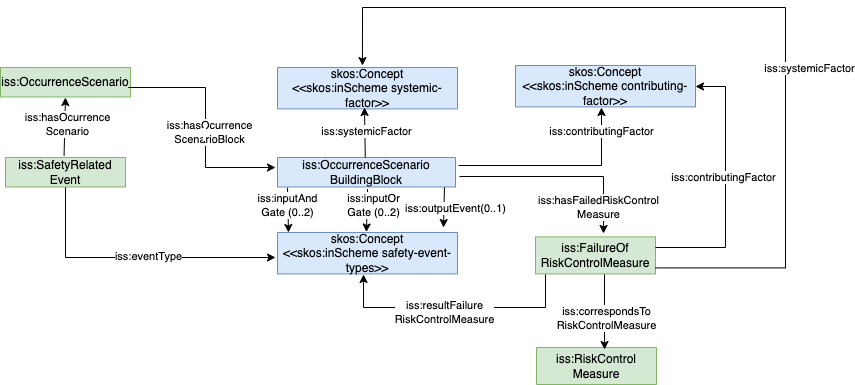
Earlier version of the draw.io export public/doc/resources/images/ISS-ontology-Ocurrence scenario.png (Interoperable-data/ISS_vocabulary). Source tidied: cells renumbered, new cells last; positions are measured from the earlier drawing's top-left corner, leaving out a move shared by most shapes. Its diagram source:
```xml
<mxGraphModel>
  <root>
    <mxCell id="0" />
    <mxCell id="1" parent="0" />
    <mxCell id="2" style="edgeStyle=orthogonalEdgeStyle;rounded=0;jettySize=auto;html=1;" parent="1" edge="1" source="4">
      <mxGeometry relative="1" as="geometry">
        <mxPoint x="275" y="250" as="targetPoint" />
        <Array as="points">
          <mxPoint x="65" y="250" />
          <mxPoint x="275" y="250" />
        </Array>
      </mxGeometry>
    </mxCell>
    <mxCell id="3" value="iss:eventType" style="edgeLabel;html=1;align=center;verticalAlign=middle;" parent="2" vertex="1">
      <mxGeometry x="0.09" y="3" relative="1" as="geometry">
        <mxPoint y="1" as="offset" />
      </mxGeometry>
    </mxCell>
    <mxCell id="4" value="&lt;font style=&quot;font-size: 12px ; color: rgb(0 , 0 , 0) ; direction: ltr ; letter-spacing: 0px ; line-height: 120% ; opacity: 1&quot;&gt;iss:SafetyRelated&lt;br&gt;Event&lt;br&gt;&lt;/font&gt;" style="verticalAlign=middle;align=center;vsdxID=334;shape=(stored shape, 160 characters);labelBackgroundColor=none;rounded=0;html=1;whiteSpace=wrap;strokeColor=#82b366;fillColor=#d5e8d4;" parent="1" vertex="1">
      <mxGeometry x="5" y="150" width="120" height="29.5" as="geometry" />
    </mxCell>
    <mxCell id="5" style="endArrow=none;html=1;rounded=0;entryX=0.488;entryY=-0.051;entryDx=0;entryDy=0;entryPerimeter=0;startArrow=classic;startFill=1;endFill=0;" parent="1" edge="1" target="4">
      <mxGeometry relative="1" as="geometry">
        <mxPoint x="65" y="90" as="sourcePoint" />
      </mxGeometry>
    </mxCell>
    <mxCell id="6" value="iss:hasOcurrence&lt;br&gt;Scenario" style="edgeLabel;html=1;align=center;verticalAlign=middle;" parent="5" vertex="1">
      <mxGeometry x="-0.12" y="2" relative="1" as="geometry" />
    </mxCell>
    <mxCell id="7" value="&lt;font style=&quot;font-size: 12px ; color: rgb(0 , 0 , 0) ; direction: ltr ; letter-spacing: 0px ; line-height: 120% ; opacity: 1&quot;&gt;skos:Concept&lt;br&gt;&amp;lt;&amp;lt;skos:inScheme safety-event-types&amp;gt;&amp;gt;&lt;br&gt;&lt;/font&gt;" style="verticalAlign=middle;align=center;vsdxID=334;shape=(stored shape, 160 characters);labelBackgroundColor=none;rounded=0;html=1;whiteSpace=wrap;strokeColor=#6c8ebf;fillColor=#dae8fc;" parent="1" vertex="1">
      <mxGeometry x="277" y="225" width="180" height="41.4" as="geometry" />
    </mxCell>
    <mxCell id="8" style="endArrow=classic;html=1;rounded=0;entryX=0;entryY=-0.06;entryDx=0;entryDy=0;entryPerimeter=0;" parent="1" edge="1">
      <mxGeometry relative="1" as="geometry">
        <mxPoint x="287" y="180" as="sourcePoint" />
        <mxPoint x="288" y="225" as="targetPoint" />
      </mxGeometry>
    </mxCell>
    <mxCell id="9" value="iss:inputAnd&lt;br&gt;Gate (0..2)" style="edgeLabel;html=1;align=center;verticalAlign=middle;" parent="8" vertex="1">
      <mxGeometry x="-0.1" y="-1" relative="1" as="geometry">
        <mxPoint y="-3" as="offset" />
      </mxGeometry>
    </mxCell>
    <mxCell id="10" style="endArrow=classic;html=1;rounded=0;exitX=0.506;exitY=1.069;exitDx=0;exitDy=0;exitPerimeter=0;entryX=0.494;entryY=-0.012;entryDx=0;entryDy=0;entryPerimeter=0;" parent="1" edge="1" source="17" target="7">
      <mxGeometry relative="1" as="geometry" />
    </mxCell>
    <mxCell id="11" value="iss:inputOr&lt;br&gt;Gate (0..2)" style="edgeLabel;html=1;align=center;verticalAlign=middle;" parent="10" vertex="1">
      <mxGeometry x="-0.1" y="-1" relative="1" as="geometry">
        <mxPoint x="7" y="-3" as="offset" />
      </mxGeometry>
    </mxCell>
    <mxCell id="12" style="endArrow=classic;html=1;rounded=0;exitX=0.983;exitY=1.001;exitDx=0;exitDy=0;exitPerimeter=0;" parent="1" edge="1">
      <mxGeometry relative="1" as="geometry">
        <mxPoint x="444" y="179.5" as="sourcePoint" />
        <mxPoint x="443" y="220" as="targetPoint" />
      </mxGeometry>
    </mxCell>
    <mxCell id="13" value="iss:outputEvent(0..1)" style="edgeLabel;html=1;align=center;verticalAlign=middle;" parent="12" vertex="1">
      <mxGeometry x="-0.1" y="-1" relative="1" as="geometry">
        <mxPoint x="12" y="3" as="offset" />
      </mxGeometry>
    </mxCell>
    <mxCell id="14" style="edgeStyle=orthogonalEdgeStyle;rounded=0;jettySize=auto;html=1;startArrow=none;startFill=0;endArrow=classic;endFill=1;exitX=1.022;exitY=0.645;exitDx=0;exitDy=0;exitPerimeter=0;entryX=0.567;entryY=-0.092;entryDx=0;entryDy=0;entryPerimeter=0;" parent="1" edge="1" source="17" target="23">
      <mxGeometry relative="1" as="geometry">
        <Array as="points">
          <mxPoint x="603" y="169" />
        </Array>
      </mxGeometry>
    </mxCell>
    <mxCell id="15" value="iss:hasFailedRiskControl&lt;br&gt;Measure" style="edgeLabel;html=1;align=center;verticalAlign=middle;" parent="14" vertex="1">
      <mxGeometry x="0.09" y="3" relative="1" as="geometry">
        <mxPoint x="30" y="33" as="offset" />
      </mxGeometry>
    </mxCell>
    <mxCell id="16" value="&lt;font style=&quot;font-size: 12px ; color: rgb(0 , 0 , 0) ; direction: ltr ; letter-spacing: 0px ; line-height: 120% ; opacity: 1&quot;&gt;skos:Concept&lt;br&gt;&amp;lt;&amp;lt;skos:inScheme&amp;nbsp;systemic-factor&amp;gt;&amp;gt;&lt;br&gt;&lt;/font&gt;" style="verticalAlign=middle;align=center;vsdxID=334;shape=(stored shape, 160 characters);labelBackgroundColor=none;rounded=0;html=1;whiteSpace=wrap;strokeColor=#6c8ebf;fillColor=#dae8fc;" parent="1" vertex="1">
      <mxGeometry x="277" y="60" width="180" height="41.4" as="geometry" />
    </mxCell>
    <mxCell id="17" value="&lt;font style=&quot;font-size: 12px ; color: rgb(0 , 0 , 0) ; direction: ltr ; letter-spacing: 0px ; line-height: 120% ; opacity: 1&quot;&gt;iss:OccurrenceScenario&lt;br&gt;BuildingBlock&lt;br&gt;&lt;/font&gt;" style="verticalAlign=middle;align=center;vsdxID=334;shape=(stored shape, 160 characters);labelBackgroundColor=none;rounded=0;html=1;whiteSpace=wrap;strokeColor=#6c8ebf;fillColor=#dae8fc;" parent="1" vertex="1">
      <mxGeometry x="277" y="150" width="178" height="29.5" as="geometry" />
    </mxCell>
    <mxCell id="18" style="endArrow=classic;html=1;rounded=0;" parent="1" edge="1">
      <mxGeometry relative="1" as="geometry">
        <mxPoint x="364.8" y="150" as="sourcePoint" />
        <mxPoint x="364" y="100" as="targetPoint" />
      </mxGeometry>
    </mxCell>
    <mxCell id="19" value="iss:systemicFactor" style="edgeLabel;html=1;align=center;verticalAlign=middle;" parent="18" vertex="1">
      <mxGeometry x="0.06" y="-1" relative="1" as="geometry" />
    </mxCell>
    <mxCell id="20" value="&lt;font style=&quot;font-size: 12px ; color: rgb(0 , 0 , 0) ; direction: ltr ; letter-spacing: 0px ; line-height: 120% ; opacity: 1&quot;&gt;skos:Concept&lt;br&gt;&amp;lt;&amp;lt;skos:inScheme&amp;nbsp;contributing-factor&amp;gt;&amp;gt;&lt;br&gt;&lt;/font&gt;" style="verticalAlign=middle;align=center;vsdxID=334;shape=(stored shape, 160 characters);labelBackgroundColor=none;rounded=0;html=1;whiteSpace=wrap;strokeColor=#6c8ebf;fillColor=#dae8fc;" parent="1" vertex="1">
      <mxGeometry x="515" y="58" width="180" height="41.4" as="geometry" />
    </mxCell>
    <mxCell id="21" style="edgeStyle=orthogonalEdgeStyle;rounded=0;orthogonalLoop=1;jettySize=auto;html=1;exitX=1.017;exitY=0.509;exitDx=0;exitDy=0;exitPerimeter=0;" parent="1" edge="1">
      <mxGeometry relative="1" as="geometry">
        <mxPoint x="458" y="158" as="sourcePoint" />
        <mxPoint x="601" y="100" as="targetPoint" />
        <Array as="points">
          <mxPoint x="601" y="158" />
          <mxPoint x="601" y="100" />
        </Array>
      </mxGeometry>
    </mxCell>
    <mxCell id="22" value="iss:contributingFactor" style="edgeLabel;html=1;align=center;verticalAlign=middle;" parent="21" vertex="1">
      <mxGeometry x="0.09" y="3" relative="1" as="geometry">
        <mxPoint x="33" y="-32" as="offset" />
      </mxGeometry>
    </mxCell>
    <mxCell id="23" value="&lt;font style=&quot;font-size: 12px ; color: rgb(0 , 0 , 0) ; direction: ltr ; letter-spacing: 0px ; line-height: 120% ; opacity: 1&quot;&gt;iss:FailureOf&lt;br&gt;RiskControlMeasure&lt;br&gt;&lt;/font&gt;" style="verticalAlign=middle;align=center;vsdxID=334;shape=(stored shape, 160 characters);labelBackgroundColor=none;rounded=0;html=1;whiteSpace=wrap;strokeColor=#82b366;fillColor=#d5e8d4;" parent="1" vertex="1">
      <mxGeometry x="535" y="229.4" width="120" height="37" as="geometry" />
    </mxCell>
    <mxCell id="24" style="edgeStyle=orthogonalEdgeStyle;rounded=0;jettySize=auto;html=1;" parent="1" edge="1" target="20">
      <mxGeometry relative="1" as="geometry">
        <mxPoint x="655" y="240" as="sourcePoint" />
        <Array as="points">
          <mxPoint x="725" y="240" />
          <mxPoint x="725" y="79" />
        </Array>
      </mxGeometry>
    </mxCell>
    <mxCell id="25" value="iss:contributingFactor" style="edgeLabel;html=1;align=center;verticalAlign=middle;" parent="24" vertex="1">
      <mxGeometry x="0.09" y="3" relative="1" as="geometry">
        <mxPoint y="1" as="offset" />
      </mxGeometry>
    </mxCell>
    <mxCell id="26" value="&lt;font style=&quot;font-size: 12px ; color: rgb(0 , 0 , 0) ; direction: ltr ; letter-spacing: 0px ; line-height: 120% ; opacity: 1&quot;&gt;iss:RiskControl&lt;br&gt;Measure&lt;br&gt;&lt;/font&gt;" style="verticalAlign=middle;align=center;vsdxID=334;shape=(stored shape, 160 characters);labelBackgroundColor=none;rounded=0;html=1;whiteSpace=wrap;strokeColor=#82b366;fillColor=#d5e8d4;" parent="1" vertex="1">
      <mxGeometry x="536" y="340" width="120" height="37" as="geometry" />
    </mxCell>
    <mxCell id="27" style="endArrow=classic;html=1;rounded=0;exitX=0.575;exitY=1.016;exitDx=0;exitDy=0;exitPerimeter=0;entryX=0.567;entryY=0.054;entryDx=0;entryDy=0;entryPerimeter=0;" parent="1" edge="1" source="23" target="26">
      <mxGeometry relative="1" as="geometry" />
    </mxCell>
    <mxCell id="28" value="iss:correspondsTo&lt;br&gt;RiskControlMeasure" style="edgeLabel;html=1;align=center;verticalAlign=middle;" parent="27" vertex="1">
      <mxGeometry x="-0.04" y="3" relative="1" as="geometry">
        <mxPoint x="-2" y="8" as="offset" />
      </mxGeometry>
    </mxCell>
    <mxCell id="29" style="edgeStyle=orthogonalEdgeStyle;rounded=0;jettySize=auto;html=1;entryX=0.472;entryY=-0.048;entryDx=0;entryDy=0;entryPerimeter=0;" parent="1" edge="1" target="16">
      <mxGeometry relative="1" as="geometry">
        <mxPoint x="655" y="260.4" as="sourcePoint" />
        <Array as="points">
          <mxPoint x="785" y="260" />
          <mxPoint x="785" />
          <mxPoint x="362" />
        </Array>
      </mxGeometry>
    </mxCell>
    <mxCell id="30" value="iss:systemicFactor" style="edgeLabel;html=1;align=center;verticalAlign=middle;" parent="29" vertex="1">
      <mxGeometry x="0.09" y="3" relative="1" as="geometry">
        <mxPoint x="107" y="57" as="offset" />
      </mxGeometry>
    </mxCell>
    <mxCell id="31" value="&lt;font style=&quot;font-size: 12px ; color: rgb(0 , 0 , 0) ; direction: ltr ; letter-spacing: 0px ; line-height: 120% ; opacity: 1&quot;&gt;iss:OccurrenceScenario&lt;br&gt;&lt;/font&gt;" style="verticalAlign=middle;align=center;vsdxID=334;shape=(stored shape, 160 characters);labelBackgroundColor=none;rounded=0;html=1;whiteSpace=wrap;strokeColor=#82b366;fillColor=#d5e8d4;" parent="1" vertex="1">
      <mxGeometry y="60" width="130" height="29.5" as="geometry" />
    </mxCell>
    <mxCell id="32" style="edgeStyle=orthogonalEdgeStyle;rounded=0;orthogonalLoop=1;jettySize=auto;html=1;" parent="1" edge="1">
      <mxGeometry relative="1" as="geometry">
        <mxPoint x="135" y="80" as="sourcePoint" />
        <mxPoint x="275" y="160" as="targetPoint" />
        <Array as="points">
          <mxPoint x="128" y="80" />
          <mxPoint x="205" y="80" />
          <mxPoint x="205" y="160" />
        </Array>
      </mxGeometry>
    </mxCell>
    <mxCell id="33" value="iss:hasOcurrence&lt;br&gt;ScenarioBlock" style="edgeLabel;html=1;align=center;verticalAlign=middle;" parent="32" vertex="1">
      <mxGeometry x="0.09" y="3" relative="1" as="geometry">
        <mxPoint y="1" as="offset" />
      </mxGeometry>
    </mxCell>
    <mxCell id="34" value="&amp;nbsp;" style="edgeLabel;html=1;align=center;verticalAlign=middle;" parent="32" vertex="1">
      <mxGeometry x="0.11" y="-2" relative="1" as="geometry">
        <mxPoint y="1" as="offset" />
      </mxGeometry>
    </mxCell>
    <mxCell id="35" style="edgeStyle=orthogonalEdgeStyle;rounded=0;jettySize=auto;html=1;entryX=0.478;entryY=1.014;entryDx=0;entryDy=0;entryPerimeter=0;" parent="1" edge="1" target="7">
      <mxGeometry relative="1" as="geometry">
        <mxPoint x="545" y="267" as="sourcePoint" />
        <Array as="points">
          <mxPoint x="545" y="300" />
          <mxPoint x="363" y="300" />
        </Array>
      </mxGeometry>
    </mxCell>
    <mxCell id="36" value="iss:resultFailure&lt;br style=&quot;border-color: var(--border-color);&quot;&gt;RiskControlMeasure" style="edgeLabel;html=1;align=center;verticalAlign=middle;" parent="35" vertex="1">
      <mxGeometry x="0.09" y="3" relative="1" as="geometry">
        <mxPoint y="1" as="offset" />
      </mxGeometry>
    </mxCell>
  </root>
</mxGraphModel>
```
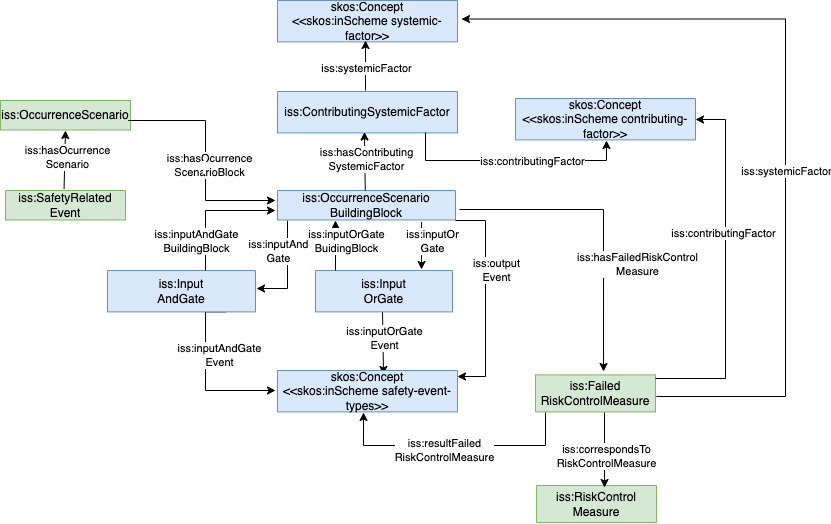
After the commit.

Change to the diagram source:
```diff
@@ -72,40 +72,24 @@
         <mxPoint x="30" y="33" as="offset" />
       </mxGeometry>
     </mxCell>
-    <mxCell id="16" value="&lt;font style=&quot;font-size: 12px ; color: rgb(0 , 0 , 0) ; direction: ltr ; letter-spacing: 0px ; line-height: 120% ; opacity: 1&quot;&gt;skos:Concept&lt;br&gt;&amp;lt;&amp;lt;skos:inScheme&amp;nbsp;systemic-factor&amp;gt;&amp;gt;&lt;br&gt;&lt;/font&gt;" style="verticalAlign=middle;align=center;vsdxID=334;shape=(stored shape, 160 characters);labelBackgroundColor=none;rounded=0;html=1;whiteSpace=wrap;strokeColor=#6c8ebf;fillColor=#dae8fc;" parent="1" vertex="1">
-      <mxGeometry x="277" y="60" width="180" height="41.4" as="geometry" />
+    <mxCell id="16" value="&lt;font style=&quot;font-size: 12px ; color: rgb(0 , 0 , 0) ; direction: ltr ; letter-spacing: 0px ; line-height: 120% ; opacity: 1&quot;&gt;iss:ContributingSystemicFactor&lt;/font&gt;" style="verticalAlign=middle;align=center;vsdxID=334;shape=(stored shape, 160 characters);labelBackgroundColor=none;rounded=0;html=1;whiteSpace=wrap;strokeColor=#6c8ebf;fillColor=#dae8fc;" parent="1" vertex="1">
+      <mxGeometry x="277" y="51" width="180" height="41.4" as="geometry" />
     </mxCell>
     <mxCell id="17" value="&lt;font style=&quot;font-size: 12px ; color: rgb(0 , 0 , 0) ; direction: ltr ; letter-spacing: 0px ; line-height: 120% ; opacity: 1&quot;&gt;iss:OccurrenceScenario&lt;br&gt;BuildingBlock&lt;br&gt;&lt;/font&gt;" style="verticalAlign=middle;align=center;vsdxID=334;shape=(stored shape, 160 characters);labelBackgroundColor=none;rounded=0;html=1;whiteSpace=wrap;strokeColor=#6c8ebf;fillColor=#dae8fc;" parent="1" vertex="1">
       <mxGeometry x="277" y="150" width="178" height="29.5" as="geometry" />
     </mxCell>
-    <mxCell id="18" style="endArrow=classic;html=1;rounded=0;" parent="1" edge="1">
+    <mxCell id="18" style="endArrow=classic;html=1;rounded=0;entryX=0.483;entryY=0.978;entryDx=0;entryDy=0;entryPerimeter=0;" parent="1" edge="1" target="16">
       <mxGeometry relative="1" as="geometry">
         <mxPoint x="364.8" y="150" as="sourcePoint" />
-        <mxPoint x="364" y="100" as="targetPoint" />
       </mxGeometry>
     </mxCell>
-    <mxCell id="19" value="iss:systemicFactor" style="edgeLabel;html=1;align=center;verticalAlign=middle;" parent="18" vertex="1">
+    <mxCell id="19" value="iss:hasContributing&lt;div&gt;SystemicFactor&lt;/div&gt;" style="edgeLabel;html=1;align=center;verticalAlign=middle;" parent="18" vertex="1">
       <mxGeometry x="0.06" y="-1" relative="1" as="geometry" />
     </mxCell>
     <mxCell id="20" value="&lt;font style=&quot;font-size: 12px ; color: rgb(0 , 0 , 0) ; direction: ltr ; letter-spacing: 0px ; line-height: 120% ; opacity: 1&quot;&gt;skos:Concept&lt;br&gt;&amp;lt;&amp;lt;skos:inScheme&amp;nbsp;contributing-factor&amp;gt;&amp;gt;&lt;br&gt;&lt;/font&gt;" style="verticalAlign=middle;align=center;vsdxID=334;shape=(stored shape, 160 characters);labelBackgroundColor=none;rounded=0;html=1;whiteSpace=wrap;strokeColor=#6c8ebf;fillColor=#dae8fc;" parent="1" vertex="1">
       <mxGeometry x="515" y="58" width="180" height="41.4" as="geometry" />
     </mxCell>
-    <mxCell id="21" style="edgeStyle=orthogonalEdgeStyle;rounded=0;orthogonalLoop=1;jettySize=auto;html=1;exitX=1.017;exitY=0.509;exitDx=0;exitDy=0;exitPerimeter=0;" parent="1" edge="1">
-      <mxGeometry relative="1" as="geometry">
-        <mxPoint x="458" y="158" as="sourcePoint" />
-        <mxPoint x="601" y="100" as="targetPoint" />
-        <Array as="points">
-          <mxPoint x="601" y="158" />
-          <mxPoint x="601" y="100" />
-        </Array>
-      </mxGeometry>
-    </mxCell>
-    <mxCell id="22" value="iss:contributingFactor" style="edgeLabel;html=1;align=center;verticalAlign=middle;" parent="21" vertex="1">
-      <mxGeometry x="0.09" y="3" relative="1" as="geometry">
-        <mxPoint x="33" y="-32" as="offset" />
-      </mxGeometry>
-    </mxCell>
-    <mxCell id="23" value="&lt;font style=&quot;font-size: 12px ; color: rgb(0 , 0 , 0) ; direction: ltr ; letter-spacing: 0px ; line-height: 120% ; opacity: 1&quot;&gt;iss:FailureOf&lt;br&gt;RiskControlMeasure&lt;br&gt;&lt;/font&gt;" style="verticalAlign=middle;align=center;vsdxID=334;shape=(stored shape, 160 characters);labelBackgroundColor=none;rounded=0;html=1;whiteSpace=wrap;strokeColor=#82b366;fillColor=#d5e8d4;" parent="1" vertex="1">
+    <mxCell id="23" value="&lt;font style=&quot;font-size: 12px ; color: rgb(0 , 0 , 0) ; direction: ltr ; letter-spacing: 0px ; line-height: 120% ; opacity: 1&quot;&gt;iss:Failed&lt;br&gt;RiskControlMeasure&lt;br&gt;&lt;/font&gt;" style="verticalAlign=middle;align=center;vsdxID=334;shape=(stored shape, 160 characters);labelBackgroundColor=none;rounded=0;html=1;whiteSpace=wrap;strokeColor=#82b366;fillColor=#d5e8d4;" parent="1" vertex="1">
       <mxGeometry x="535" y="229.4" width="120" height="37" as="geometry" />
     </mxCell>
     <mxCell id="24" style="edgeStyle=orthogonalEdgeStyle;rounded=0;jettySize=auto;html=1;" parent="1" edge="1" target="20">
@@ -133,19 +117,18 @@
         <mxPoint x="-2" y="8" as="offset" />
       </mxGeometry>
     </mxCell>
-    <mxCell id="29" style="edgeStyle=orthogonalEdgeStyle;rounded=0;jettySize=auto;html=1;entryX=0.472;entryY=-0.048;entryDx=0;entryDy=0;entryPerimeter=0;" parent="1" edge="1" target="16">
+    <mxCell id="29" style="edgeStyle=orthogonalEdgeStyle;rounded=0;jettySize=auto;html=1;entryX=1.022;entryY=0.447;entryDx=0;entryDy=0;entryPerimeter=0;exitX=0.992;exitY=0.678;exitDx=0;exitDy=0;exitPerimeter=0;" parent="1" edge="1" source="23" target="37">
       <mxGeometry relative="1" as="geometry">
-        <mxPoint x="655" y="260.4" as="sourcePoint" />
         <Array as="points">
+          <mxPoint x="654" y="260" />
           <mxPoint x="785" y="260" />
-          <mxPoint x="785" />
-          <mxPoint x="362" />
+          <mxPoint x="785" y="-21" />
         </Array>
       </mxGeometry>
     </mxCell>
     <mxCell id="30" value="iss:systemicFactor" style="edgeLabel;html=1;align=center;verticalAlign=middle;" parent="29" vertex="1">
       <mxGeometry x="0.09" y="3" relative="1" as="geometry">
-        <mxPoint x="107" y="57" as="offset" />
+        <mxPoint x="3" y="117" as="offset" />
       </mxGeometry>
     </mxCell>
     <mxCell id="31" value="&lt;font style=&quot;font-size: 12px ; color: rgb(0 , 0 , 0) ; direction: ltr ; letter-spacing: 0px ; line-height: 120% ; opacity: 1&quot;&gt;iss:OccurrenceScenario&lt;br&gt;&lt;/font&gt;" style="verticalAlign=middle;align=center;vsdxID=334;shape=(stored shape, 160 characters);labelBackgroundColor=none;rounded=0;html=1;whiteSpace=wrap;strokeColor=#82b366;fillColor=#d5e8d4;" parent="1" vertex="1">
@@ -181,10 +164,40 @@
         </Array>
       </mxGeometry>
     </mxCell>
-    <mxCell id="36" value="iss:resultFailure&lt;br style=&quot;border-color: var(--border-color);&quot;&gt;RiskControlMeasure" style="edgeLabel;html=1;align=center;verticalAlign=middle;" parent="35" vertex="1">
+    <mxCell id="36" value="iss:resultFailed&lt;br style=&quot;border-color: var(--border-color);&quot;&gt;RiskControlMeasure" style="edgeLabel;html=1;align=center;verticalAlign=middle;" parent="35" vertex="1">
       <mxGeometry x="0.09" y="3" relative="1" as="geometry">
         <mxPoint y="1" as="offset" />
       </mxGeometry>
     </mxCell>
+    <mxCell id="37" value="&lt;font style=&quot;font-size: 12px ; color: rgb(0 , 0 , 0) ; direction: ltr ; letter-spacing: 0px ; line-height: 120% ; opacity: 1&quot;&gt;skos:Concept&lt;br&gt;&amp;lt;&amp;lt;skos:inScheme&amp;nbsp;systemic-factor&amp;gt;&amp;gt;&lt;br&gt;&lt;/font&gt;" style="verticalAlign=middle;align=center;vsdxID=334;shape=(stored shape, 160 characters);labelBackgroundColor=none;rounded=0;html=1;whiteSpace=wrap;strokeColor=#6c8ebf;fillColor=#dae8fc;" parent="1" vertex="1">
+      <mxGeometry x="277" y="-40" width="180" height="41.4" as="geometry" />
+    </mxCell>
+    <mxCell id="38" style="endArrow=classic;html=1;rounded=0;" parent="1" edge="1">
+      <mxGeometry relative="1" as="geometry">
+        <mxPoint x="365" y="50" as="sourcePoint" />
+        <mxPoint x="365" as="targetPoint" />
+      </mxGeometry>
+    </mxCell>
+    <mxCell id="39" value="iss:systemicFactor" style="edgeLabel;html=1;align=center;verticalAlign=middle;" parent="38" vertex="1">
+      <mxGeometry x="-0.06" relative="1" as="geometry">
+        <mxPoint y="1" as="offset" />
+      </mxGeometry>
+    </mxCell>
+    <mxCell id="40" style="edgeStyle=orthogonalEdgeStyle;rounded=0;orthogonalLoop=1;jettySize=auto;html=1;" parent="1" edge="1">
+      <mxGeometry relative="1" as="geometry">
+        <mxPoint x="425" y="92" as="sourcePoint" />
+        <mxPoint x="606" y="100" as="targetPoint" />
+        <Array as="points">
+          <mxPoint x="425" y="92" />
+          <mxPoint x="425" y="120" />
+          <mxPoint x="606" y="120" />
+        </Array>
+      </mxGeometry>
+    </mxCell>
+    <mxCell id="22" value="iss:contributingFactor" style="edgeLabel;html=1;align=center;verticalAlign=middle;" parent="40" vertex="1">
+      <mxGeometry x="0.09" y="3" relative="1" as="geometry">
+        <mxPoint x="9" y="3" as="offset" />
+      </mxGeometry>
+    </mxCell>
   </root>
 </mxGraphModel>
```
